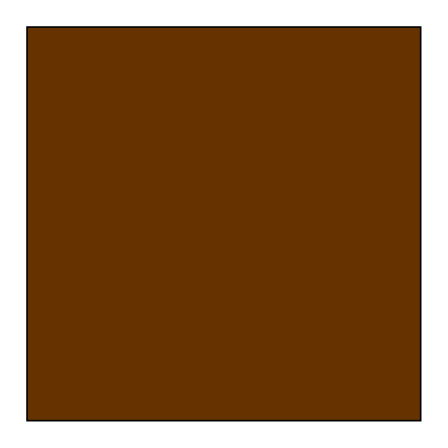
BigLazyET/unity-flow keeps this draw.io diagram as 未命名绘图.drawio. Above is the earlier version. Source tidied: cells renumbered, new cells numbered last; positions are measured from the earlier drawing's top-left corner, leaving out a move shared by most shapes. Both pictures are drawn from the tidied source at 164%, with x=0, y=0 at pixel (26, 26).
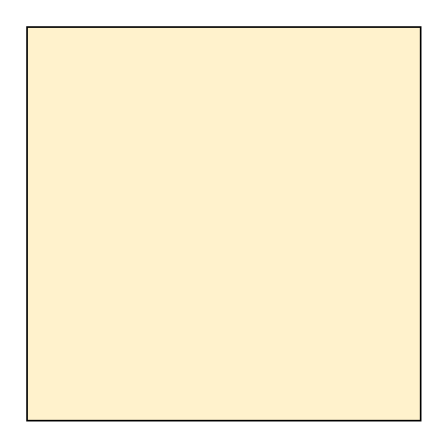
Above is the later version.

Commit message (it also covers changes not shown here):
更新未命名绘图.drawio

The edit, as a diff of the source:
```diff
@@
 <mxGraphModel>
   <root>
     <mxCell id="0" />
     <mxCell id="1" parent="0" />
-    <mxCell id="2" style="whiteSpace=wrap;html=1;fillStyle=solid;fillColor=#663300;" parent="1" vertex="1">
+    <mxCell id="2" style="whiteSpace=wrap;html=1;fillStyle=solid;fillColor=#FFF2CC;" parent="1" vertex="1">
       <mxGeometry width="240" height="240" as="geometry" />
     </mxCell>
   </root>
 </mxGraphModel>
```
